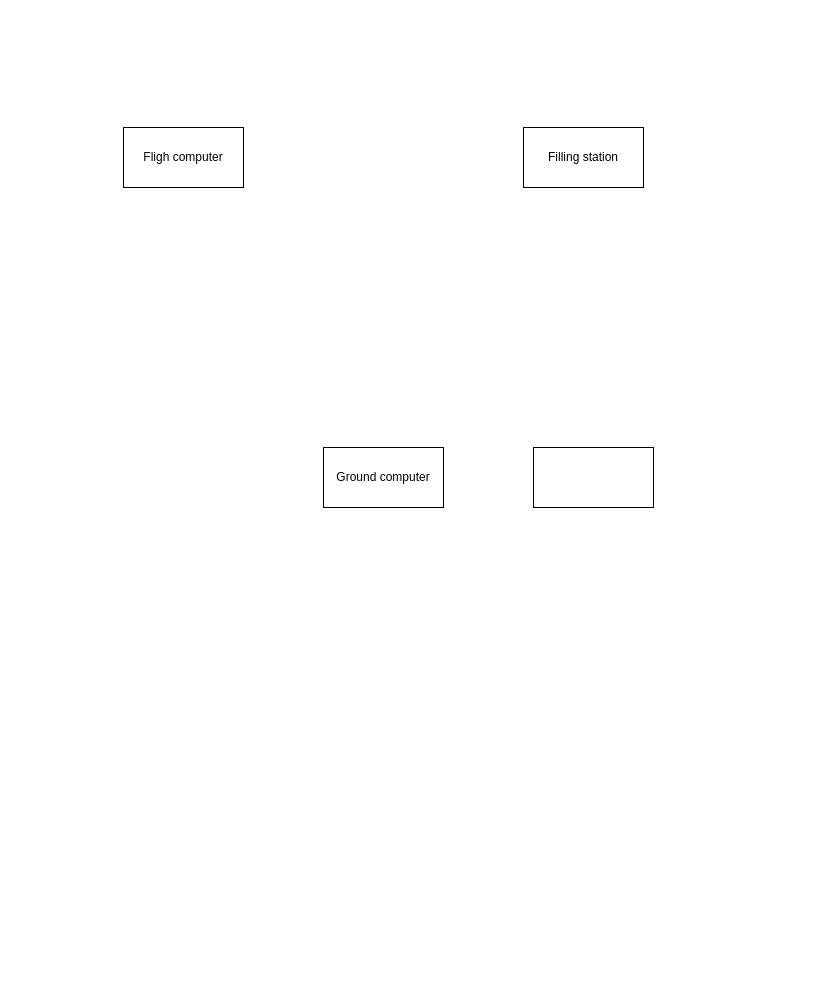
Above: page "Fluxo" (2 of 4) of SupportingDocs/EmbededT1.drawio in dvalnn/INV2_Firmware (draw.io), before the change. Source tidied: cells renumbered, new cells numbered last; positions are measured from the earlier drawing's top-left corner, leaving out a move shared by most shapes. Both pictures are drawn from the tidied source at 100%, with x=0, y=0 at pixel (123, 127).
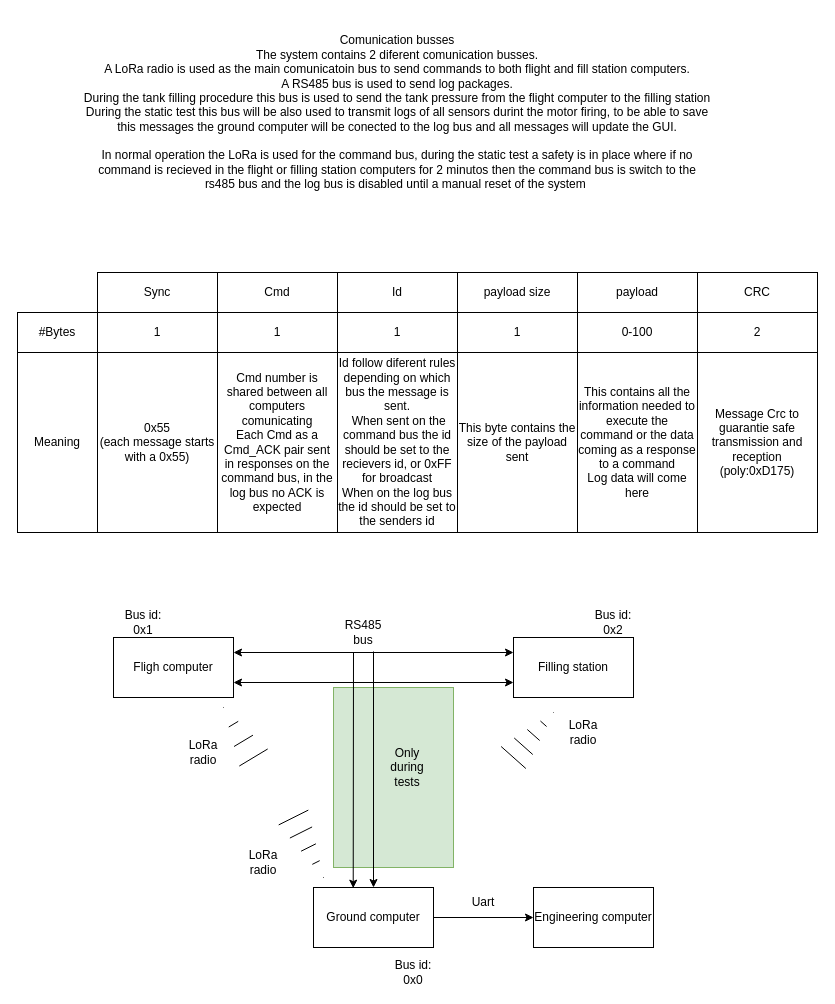
After the change.

Diff of the diagram source:
```diff
@@
+    <mxCell id="6" style="rounded=0;whiteSpace=wrap;html=1;fillColor=#d5e8d4;strokeColor=#82b366;" parent="1" vertex="1">
+      <mxGeometry x="210" y="560" width="120" height="180" as="geometry" />
+    </mxCell>
     <mxCell id="2" value="Fligh computer" style="rounded=0;whiteSpace=wrap;html=1;" parent="1" vertex="1">
-      <mxGeometry width="120" height="60" as="geometry" />
+      <mxGeometry x="-10" y="510" width="120" height="60" as="geometry" />
     </mxCell>
     <mxCell id="3" value="Filling station" style="rounded=0;whiteSpace=wrap;html=1;" parent="1" vertex="1">
-      <mxGeometry x="400" width="120" height="60" as="geometry" />
+      <mxGeometry x="390" y="510" width="120" height="60" as="geometry" />
     </mxCell>
     <mxCell id="4" value="Ground computer" style="rounded=0;whiteSpace=wrap;html=1;" parent="1" vertex="1">
-      <mxGeometry x="200" y="320" width="120" height="60" as="geometry" />
+      <mxGeometry x="190" y="760" width="120" height="60" as="geometry" />
     </mxCell>
-    <mxCell id="5" style="rounded=0;whiteSpace=wrap;html=1;" parent="1" vertex="1">
-      <mxGeometry x="410" y="320" width="120" height="60" as="geometry" />
+    <mxCell id="5" value="Engineering computer" style="rounded=0;whiteSpace=wrap;html=1;" parent="1" vertex="1">
+      <mxGeometry x="410" y="760" width="120" height="60" as="geometry" />
     </mxCell>
+    <mxCell id="7" style="endArrow=classic;startArrow=classic;html=1;rounded=0;exitX=1;exitY=0.25;exitDx=0;exitDy=0;entryX=0;entryY=0.25;entryDx=0;entryDy=0;" parent="1" edge="1" source="2" target="3">
+      <mxGeometry relative="1" as="geometry" />
+    </mxCell>
+    <mxCell id="8" style="endArrow=classic;startArrow=classic;html=1;rounded=0;exitX=1;exitY=0.75;exitDx=0;exitDy=0;entryX=0;entryY=0.75;entryDx=0;entryDy=0;" parent="1" edge="1" source="2" target="3">
+      <mxGeometry relative="1" as="geometry" />
+    </mxCell>
+    <mxCell id="9" style="endArrow=classic;html=1;rounded=0;entryX=0.331;entryY=0.011;entryDx=0;entryDy=0;entryPerimeter=0;" parent="1" edge="1" target="4">
+      <mxGeometry relative="1" as="geometry">
+        <mxPoint x="230" y="525" as="sourcePoint" />
+      </mxGeometry>
+    </mxCell>
+    <mxCell id="10" style="endArrow=classic;html=1;rounded=0;entryX=0.5;entryY=0;entryDx=0;entryDy=0;" parent="1" edge="1" target="4">
+      <mxGeometry relative="1" as="geometry">
+        <mxPoint x="250" y="524" as="sourcePoint" />
+      </mxGeometry>
+    </mxCell>
+    <mxCell id="11" value="Only during tests" style="text;html=1;align=center;verticalAlign=middle;whiteSpace=wrap;rounded=0;" parent="1" vertex="1">
+      <mxGeometry x="254" y="625" width="60" height="30" as="geometry" />
+    </mxCell>
+    <mxCell id="12" value="RS485 bus" style="text;html=1;align=center;verticalAlign=middle;whiteSpace=wrap;rounded=0;" parent="1" vertex="1">
+      <mxGeometry x="210" y="490" width="60" height="30" as="geometry" />
+    </mxCell>
+    <mxCell id="13" style="shape=mxgraph.arrows2.wedgeArrowDashed2;html=1;startWidth=16.55172413793104;stepSize=15;rounded=0;arcSize=26;" parent="1" edge="1">
+      <mxGeometry relative="1" as="geometry">
+        <mxPoint x="170" y="690" as="sourcePoint" />
+        <mxPoint x="200" y="750" as="targetPoint" />
+      </mxGeometry>
+    </mxCell>
+    <mxCell id="14" value="LoRa radio" style="text;html=1;align=center;verticalAlign=middle;whiteSpace=wrap;rounded=0;" parent="1" vertex="1">
+      <mxGeometry x="110" y="720" width="60" height="30" as="geometry" />
+    </mxCell>
+    <mxCell id="15" style="shape=mxgraph.arrows2.wedgeArrowDashed2;html=1;startWidth=16.55172413793104;stepSize=15;rounded=0;arcSize=26;" parent="1" edge="1">
+      <mxGeometry relative="1" as="geometry">
+        <mxPoint x="130" y="630" as="sourcePoint" />
+        <mxPoint x="100" y="580" as="targetPoint" />
+      </mxGeometry>
+    </mxCell>
+    <mxCell id="16" value="LoRa radio" style="text;html=1;align=center;verticalAlign=middle;whiteSpace=wrap;rounded=0;" parent="1" vertex="1">
+      <mxGeometry x="50" y="610" width="60" height="30" as="geometry" />
+    </mxCell>
+    <mxCell id="17" style="shape=mxgraph.arrows2.wedgeArrowDashed2;html=1;startWidth=16.55172413793104;stepSize=15;rounded=0;arcSize=26;" parent="1" edge="1">
+      <mxGeometry relative="1" as="geometry">
+        <mxPoint x="390" y="630" as="sourcePoint" />
+        <mxPoint x="430" y="585" as="targetPoint" />
+      </mxGeometry>
+    </mxCell>
+    <mxCell id="18" value="LoRa radio" style="text;html=1;align=center;verticalAlign=middle;whiteSpace=wrap;rounded=0;" parent="1" vertex="1">
+      <mxGeometry x="430" y="590" width="60" height="30" as="geometry" />
+    </mxCell>
+    <mxCell id="19" style="endArrow=classic;html=1;rounded=0;exitX=1;exitY=0.5;exitDx=0;exitDy=0;entryX=0;entryY=0.5;entryDx=0;entryDy=0;" parent="1" edge="1" source="4" target="5">
+      <mxGeometry relative="1" as="geometry" />
+    </mxCell>
+    <mxCell id="20" value="Bus id: 0x1" style="text;html=1;align=center;verticalAlign=middle;whiteSpace=wrap;rounded=0;" parent="1" vertex="1">
+      <mxGeometry x="-10" y="480" width="60" height="30" as="geometry" />
+    </mxCell>
+    <mxCell id="21" value="Bus id: 0x2" style="text;html=1;align=center;verticalAlign=middle;whiteSpace=wrap;rounded=0;" parent="1" vertex="1">
+      <mxGeometry x="460" y="480" width="60" height="30" as="geometry" />
+    </mxCell>
+    <mxCell id="22" value="Bus id: 0x0" style="text;html=1;align=center;verticalAlign=middle;whiteSpace=wrap;rounded=0;" parent="1" vertex="1">
+      <mxGeometry x="260" y="830" width="60" height="30" as="geometry" />
+    </mxCell>
+    <mxCell id="23" value="Uart" style="text;html=1;align=center;verticalAlign=middle;whiteSpace=wrap;rounded=0;" parent="1" vertex="1">
+      <mxGeometry x="330" y="760" width="60" height="30" as="geometry" />
+    </mxCell>
+    <mxCell id="24" value="Comunication busses&lt;br&gt;The system contains 2 diferent comunication busses.&lt;br&gt;A LoRa radio is used as the main comunicatoin bus to send commands to both flight and fill station computers.&lt;br&gt;A RS485 bus is used to send log packages.&lt;br&gt;During the tank filling procedure this bus is used to send the tank pressure from the flight computer to the filling station&lt;br&gt;During the static test this bus will be also used to transmit logs of all sensors durint the motor firing, to be able to save this messages the ground computer will be conected to the log bus and all messages will update the GUI.&lt;br&gt;&lt;br&gt;In normal operation the LoRa is used for the command bus, during the static test a safety is in place where if no command is recieved in the flight or filling station computers for 2 minutos then the command bus is switch to the rs485 bus and the log bus is disabled until a manual reset of the system&amp;nbsp;" style="text;html=1;align=center;verticalAlign=middle;whiteSpace=wrap;rounded=0;" parent="1" vertex="1">
+      <mxGeometry x="-41" y="-110" width="630" height="190" as="geometry" />
+    </mxCell>
+    <mxCell id="25" value="Sync" style="rounded=0;whiteSpace=wrap;html=1;" parent="1" vertex="1">
+      <mxGeometry x="-26" y="145" width="120" height="40" as="geometry" />
+    </mxCell>
+    <mxCell id="26" value="1" style="rounded=0;whiteSpace=wrap;html=1;" parent="1" vertex="1">
+      <mxGeometry x="-26" y="185" width="120" height="40" as="geometry" />
+    </mxCell>
+    <mxCell id="27" value="Cmd" style="rounded=0;whiteSpace=wrap;html=1;" parent="1" vertex="1">
+      <mxGeometry x="94" y="145" width="120" height="40" as="geometry" />
+    </mxCell>
+    <mxCell id="28" value="Id" style="rounded=0;whiteSpace=wrap;html=1;" parent="1" vertex="1">
+      <mxGeometry x="214" y="145" width="120" height="40" as="geometry" />
+    </mxCell>
+    <mxCell id="29" value="payload size" style="rounded=0;whiteSpace=wrap;html=1;" parent="1" vertex="1">
+      <mxGeometry x="334" y="145" width="120" height="40" as="geometry" />
+    </mxCell>
+    <mxCell id="30" value="payload" style="rounded=0;whiteSpace=wrap;html=1;" parent="1" vertex="1">
+      <mxGeometry x="454" y="145" width="120" height="40" as="geometry" />
+    </mxCell>
+    <mxCell id="31" value="CRC" style="rounded=0;whiteSpace=wrap;html=1;" parent="1" vertex="1">
+      <mxGeometry x="574" y="145" width="120" height="40" as="geometry" />
+    </mxCell>
+    <mxCell id="32" value="1" style="rounded=0;whiteSpace=wrap;html=1;" parent="1" vertex="1">
+      <mxGeometry x="94" y="185" width="120" height="40" as="geometry" />
+    </mxCell>
+    <mxCell id="33" value="1" style="rounded=0;whiteSpace=wrap;html=1;" parent="1" vertex="1">
+      <mxGeometry x="214" y="185" width="120" height="40" as="geometry" />
+    </mxCell>
+    <mxCell id="34" value="1" style="rounded=0;whiteSpace=wrap;html=1;" parent="1" vertex="1">
+      <mxGeometry x="334" y="185" width="120" height="40" as="geometry" />
+    </mxCell>
+    <mxCell id="35" value="0-100" style="rounded=0;whiteSpace=wrap;html=1;" parent="1" vertex="1">
+      <mxGeometry x="454" y="185" width="120" height="40" as="geometry" />
+    </mxCell>
+    <mxCell id="36" value="2" style="rounded=0;whiteSpace=wrap;html=1;" parent="1" vertex="1">
+      <mxGeometry x="574" y="185" width="120" height="40" as="geometry" />
+    </mxCell>
+    <mxCell id="37" value="#Bytes" style="rounded=0;whiteSpace=wrap;html=1;" parent="1" vertex="1">
+      <mxGeometry x="-106" y="185" width="80" height="40" as="geometry" />
+    </mxCell>
+    <mxCell id="38" value="Meaning" style="rounded=0;whiteSpace=wrap;html=1;" parent="1" vertex="1">
+      <mxGeometry x="-106" y="225" width="80" height="180" as="geometry" />
+    </mxCell>
+    <mxCell id="39" value="0x55&lt;br&gt;(each message starts with a 0x55)" style="rounded=0;whiteSpace=wrap;html=1;" parent="1" vertex="1">
+      <mxGeometry x="-26" y="225" width="120" height="180" as="geometry" />
+    </mxCell>
+    <mxCell id="40" value="Cmd number is shared between all computers comunicating&lt;br&gt;Each Cmd as a Cmd_ACK pair sent in responses on the command bus, in the log bus no ACK is expected" style="rounded=0;whiteSpace=wrap;html=1;" parent="1" vertex="1">
+      <mxGeometry x="94" y="225" width="120" height="180" as="geometry" />
+    </mxCell>
+    <mxCell id="41" value="Id follow diferent rules depending on which bus the message is sent.&lt;br&gt;&amp;nbsp;When sent on the command bus the id should be set to the recievers id, or 0xFF for broadcast&lt;br&gt;When on the log bus the id should be set to the senders id" style="rounded=0;whiteSpace=wrap;html=1;" parent="1" vertex="1">
+      <mxGeometry x="214" y="225" width="120" height="180" as="geometry" />
+    </mxCell>
+    <mxCell id="42" value="This byte contains the size of the payload sent" style="rounded=0;whiteSpace=wrap;html=1;" parent="1" vertex="1">
+      <mxGeometry x="334" y="225" width="120" height="180" as="geometry" />
+    </mxCell>
+    <mxCell id="43" value="This contains all the information needed to execute the command or the data coming as a response to a command&lt;br&gt;Log data will come here" style="rounded=0;whiteSpace=wrap;html=1;" parent="1" vertex="1">
+      <mxGeometry x="454" y="225" width="120" height="180" as="geometry" />
+    </mxCell>
+    <mxCell id="44" value="Message Crc to guarantie safe transmission and reception&lt;br&gt;(poly:0xD175&lt;span style=&quot;background-color: initial;&quot;&gt;)&lt;/span&gt;" style="rounded=0;whiteSpace=wrap;html=1;" parent="1" vertex="1">
+      <mxGeometry x="574" y="225" width="120" height="180" as="geometry" />
+    </mxCell>
```
